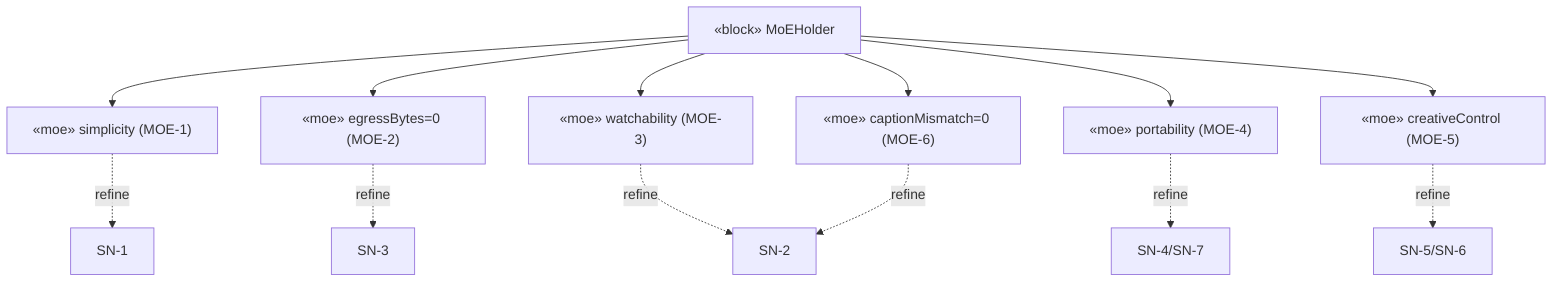
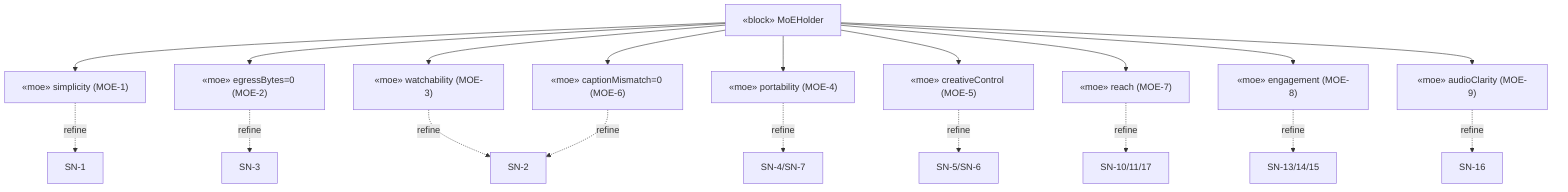
flowchart TB
  H["«block» MoEHolder"]
  H --> M1["«moe» simplicity (MOE-1)"]
  H --> M2["«moe» egressBytes=0 (MOE-2)"]
  H --> M3["«moe» watchability (MOE-3)"]
  H --> M4["«moe» portability (MOE-4)"]
  H --> M5["«moe» creativeControl (MOE-5)"]
  H --> M6["«moe» captionMismatch=0 (MOE-6)"]
+   H --> M7["«moe» reach (MOE-7)"]
+   H --> M8["«moe» engagement (MOE-8)"]
+   H --> M9["«moe» audioClarity (MOE-9)"]
  M1 -.->|refine| N1["SN-1"]; M2 -.->|refine| N3["SN-3"]; M3 -.->|refine| N2["SN-2"]
  M4 -.->|refine| N4["SN-4/SN-7"]; M5 -.->|refine| N5["SN-5/SN-6"]; M6 -.->|refine| N2
+   M7 -.->|refine| N10["SN-10/11/17"]; M8 -.->|refine| N13["SN-13/14/15"]; M9 -.->|refine| N16["SN-16"]
